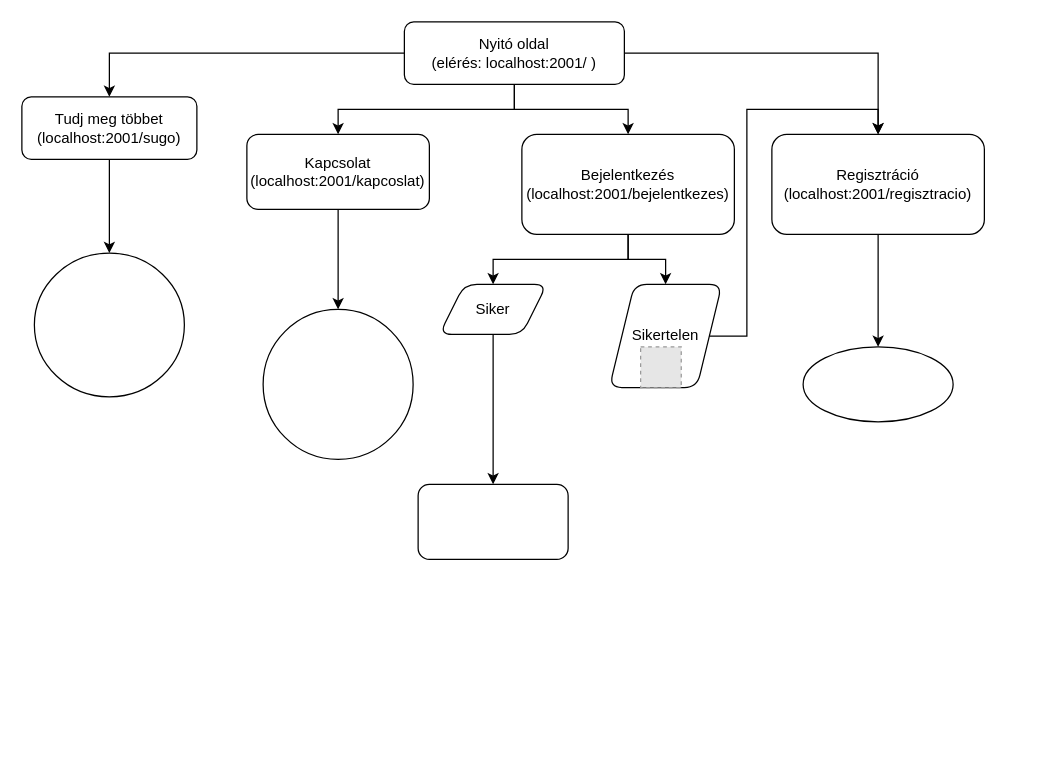
Before: drawio.drawio in szekelyaron/OKJ_vizsgaremek, a draw.io diagram. Source tidied: cells renumbered, new cells numbered last; positions are measured from the earlier drawing's top-left corner, leaving out a move shared by most shapes. Both pictures are drawn from the tidied source at 125%, with x=0, y=0 at pixel (21, 21). Pictures stored in the file or linked from it are replaced by grey dashed boxes.
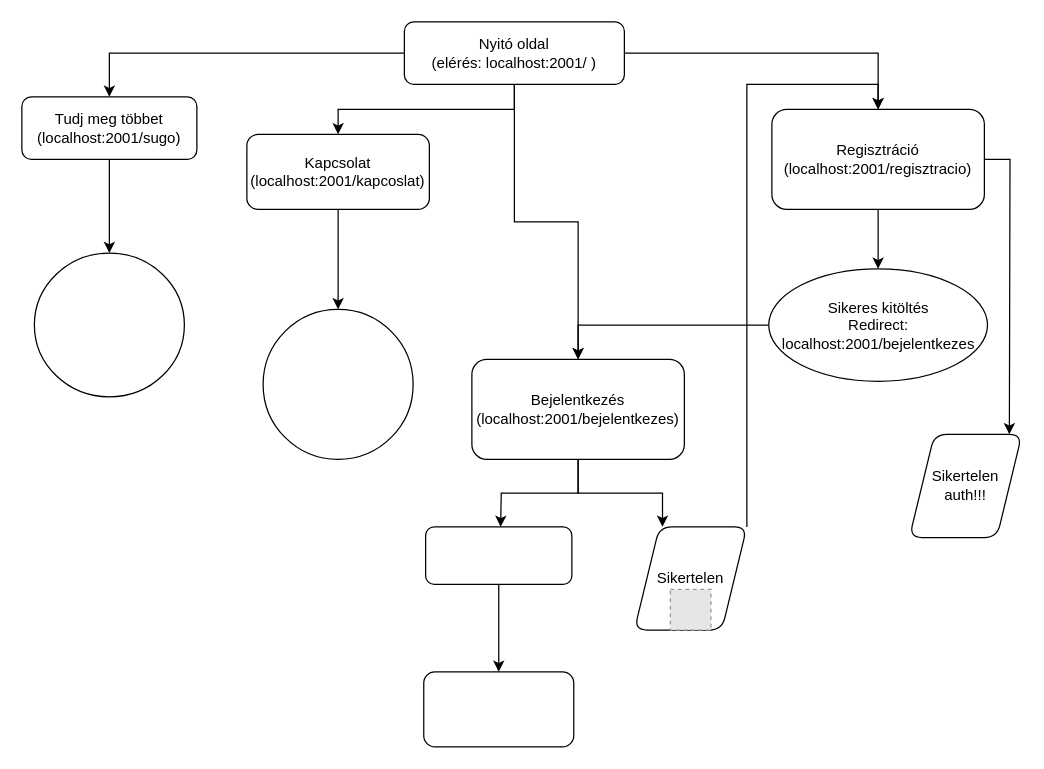
Above is the later version.

What changed in the source:
```diff
@@
-    <mxCell id="13" style="edgeStyle=orthogonalEdgeStyle;rounded=0;jettySize=auto;html=1;" parent="1" edge="1" source="15" target="19">
-      <mxGeometry relative="1" as="geometry" />
+    <mxCell id="13" style="edgeStyle=orthogonalEdgeStyle;rounded=0;jettySize=auto;html=1;" parent="1" edge="1" source="15">
+      <mxGeometry relative="1" as="geometry">
+        <mxPoint x="383" y="404" as="targetPoint" />
+      </mxGeometry>
     </mxCell>
-    <mxCell id="14" style="edgeStyle=orthogonalEdgeStyle;rounded=0;jettySize=auto;html=1;" parent="1" edge="1" source="15" target="21">
+    <mxCell id="14" style="edgeStyle=orthogonalEdgeStyle;rounded=0;jettySize=auto;html=1;entryX=0.25;entryY=0;entryDx=0;entryDy=0;" parent="1" edge="1" source="15" target="21">
       <mxGeometry relative="1" as="geometry" />
     </mxCell>
     <mxCell id="15" value="Bejelentkezés&lt;br&gt;(localhost:2001/bejelentkezes)" style="whiteSpace=wrap;html=1;rounded=1;" parent="1" vertex="1">
-      <mxGeometry x="400" y="90" width="170" height="80" as="geometry" />
+      <mxGeometry x="360" y="270" width="170" height="80" as="geometry" />
     </mxCell>
@@
+    <mxCell id="25" style="edgeStyle=orthogonalEdgeStyle;rounded=0;jettySize=auto;html=1;" parent="1" edge="1" source="17">
+      <mxGeometry relative="1" as="geometry">
+        <mxPoint x="790" y="330" as="targetPoint" />
+      </mxGeometry>
+    </mxCell>
     <mxCell id="17" value="Regisztráció&lt;br&gt;(localhost:2001/regisztracio)" style="whiteSpace=wrap;html=1;rounded=1;" parent="1" vertex="1">
-      <mxGeometry x="600" y="90" width="170" height="80" as="geometry" />
+      <mxGeometry x="600" y="70" width="170" height="80" as="geometry" />
     </mxCell>
-    <mxCell id="18" style="edgeStyle=orthogonalEdgeStyle;rounded=0;jettySize=auto;html=1;" parent="1" edge="1" source="19" target="22">
-      <mxGeometry relative="1" as="geometry" />
-    </mxCell>
-    <mxCell id="19" value="Siker" style="shape=parallelogram;perimeter=parallelogramPerimeter;whiteSpace=wrap;html=1;fixedSize=1;rounded=1;" parent="1" vertex="1">
-      <mxGeometry x="334" y="210" width="86" height="40" as="geometry" />
-    </mxCell>
-    <mxCell id="20" style="edgeStyle=orthogonalEdgeStyle;rounded=0;jettySize=auto;html=1;entryX=0.5;entryY=0;entryDx=0;entryDy=0;" parent="1" edge="1" source="21" target="17">
+    <mxCell id="20" style="edgeStyle=orthogonalEdgeStyle;rounded=0;jettySize=auto;html=1;entryX=0.5;entryY=0;entryDx=0;entryDy=0;exitX=1;exitY=0;exitDx=0;exitDy=0;" parent="1" edge="1" source="21" target="17">
       <mxGeometry relative="1" as="geometry" />
     </mxCell>
     <mxCell id="21" value="Sikertelen&lt;br&gt;" style="shape=parallelogram;perimeter=parallelogramPerimeter;whiteSpace=wrap;html=1;fixedSize=1;rounded=1;" parent="1" vertex="1">
-      <mxGeometry x="470" y="210" width="90" height="82.5" as="geometry" />
+      <mxGeometry x="490" y="404" width="90" height="82.5" as="geometry" />
     </mxCell>
     <mxCell id="22" style="rounded=1;whiteSpace=wrap;html=1;" parent="1" vertex="1">
-      <mxGeometry x="317" y="370" width="120" height="60" as="geometry" />
+      <mxGeometry x="321.5" y="520" width="120" height="60" as="geometry" />
     </mxCell>
+    <mxCell id="26" style="edgeStyle=orthogonalEdgeStyle;rounded=0;jettySize=auto;html=1;entryX=0.5;entryY=0;entryDx=0;entryDy=0;" parent="1" edge="1" source="23" target="15">
+      <mxGeometry relative="1" as="geometry" />
+    </mxCell>
-    <mxCell id="23" style="ellipse;whiteSpace=wrap;html=1;rounded=1;" parent="1" vertex="1">
-      <mxGeometry x="625" y="260" width="120" height="60" as="geometry" />
+    <mxCell id="23" value="Sikeres kitöltés&lt;br&gt;Redirect: localhost:2001/bejelentkezes" style="ellipse;whiteSpace=wrap;html=1;rounded=1;" parent="1" vertex="1">
+      <mxGeometry x="597.5" y="197.5" width="175" height="90" as="geometry" />
     </mxCell>
     <mxCell id="24" style="fillColor=#E6E6E6;strokeColor=#999999;dashed=1;html=1;verticalAlign=top;verticalLabelPosition=bottom;labelBackgroundColor=#ffffff;" parent="1" vertex="1">
-      <mxGeometry x="495" y="260" width="32.5" height="32.5" as="geometry" />
+      <mxGeometry x="518.8" y="454" width="32.5" height="32.5" as="geometry" />
     </mxCell>
+    <mxCell id="27" style="edgeStyle=orthogonalEdgeStyle;rounded=0;jettySize=auto;html=1;" parent="1" edge="1" source="28" target="22">
+      <mxGeometry relative="1" as="geometry" />
+    </mxCell>
+    <mxCell id="28" style="rounded=1;whiteSpace=wrap;html=1;" parent="1" vertex="1">
+      <mxGeometry x="323" y="404" width="117" height="46" as="geometry" />
+    </mxCell>
+    <mxCell id="29" value="Sikertelen&lt;br&gt;auth!!!" style="shape=parallelogram;perimeter=parallelogramPerimeter;whiteSpace=wrap;html=1;fixedSize=1;rounded=1;" parent="1" vertex="1">
+      <mxGeometry x="710" y="330" width="90" height="82.5" as="geometry" />
+    </mxCell>
```
